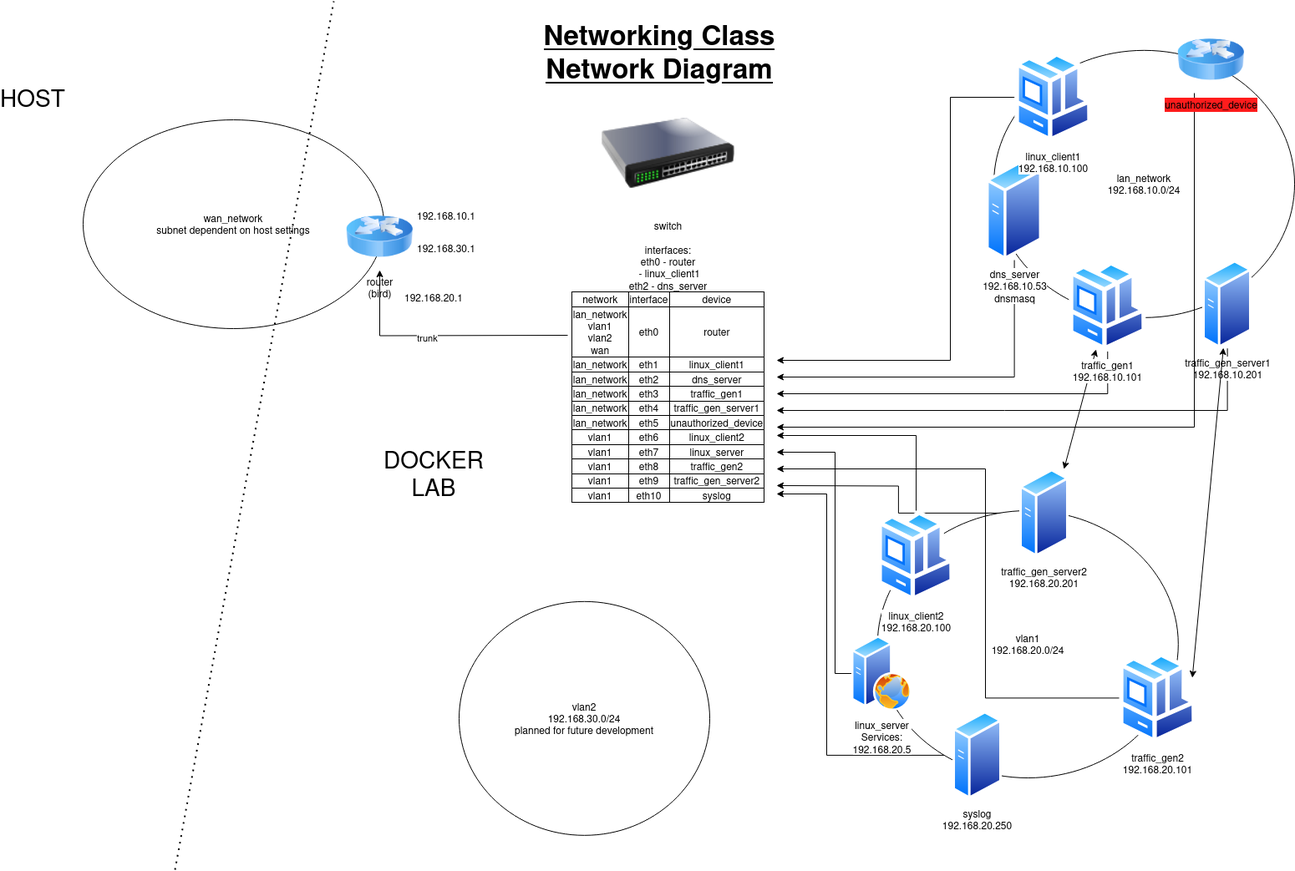
Earlier version of the draw.io export Networking Class January Drill/NetworkingLab.drawio.png (butgreg/Exercises). Source tidied: cells renumbered, new cells last; positions are measured from the earlier drawing's top-left corner, leaving out a move shared by most shapes.
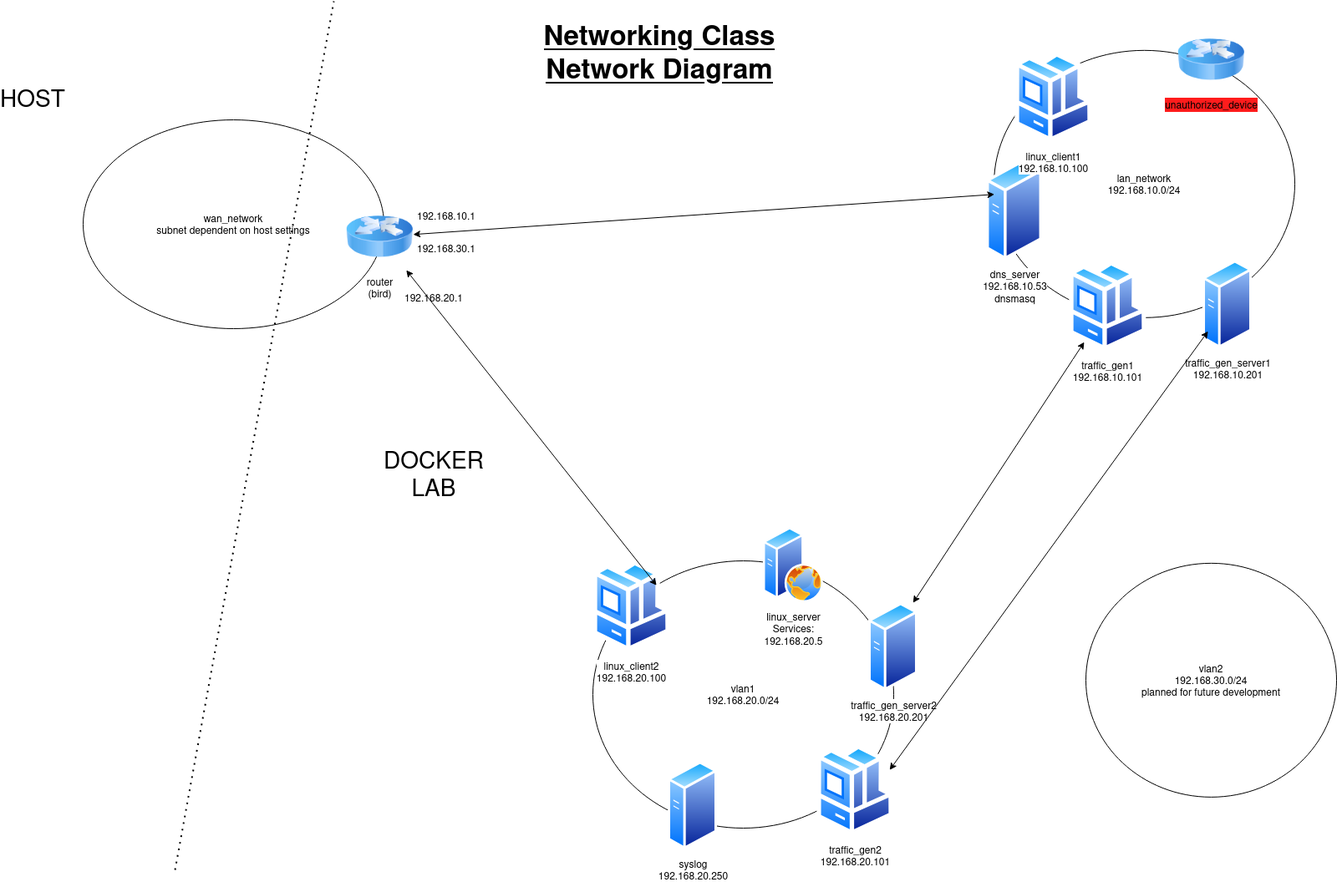
After the commit.

The edit, as a diff of the source:
```diff
@@ -2,6 +2,9 @@
   <root>
     <mxCell id="0" />
     <mxCell id="1" parent="0" />
+    <mxCell id="33" value="vlan1&lt;div&gt;192.168.20.0/24&lt;/div&gt;" style="ellipse;whiteSpace=wrap;html=1;" parent="1" vertex="1">
+      <mxGeometry x="700" y="670" width="360" height="320" as="geometry" />
+    </mxCell>
     <mxCell id="2" value="wan_network&lt;br&gt;subnet dependent on host settings" style="ellipse;whiteSpace=wrap;html=1;" parent="1" vertex="1">
       <mxGeometry x="90" y="142" width="360" height="250" as="geometry" />
     </mxCell>
@@ -12,7 +15,7 @@
       </mxGeometry>
     </mxCell>
     <mxCell id="4" value="vlan2&lt;div&gt;192.168.30.0/24&lt;br&gt;planned for future development&lt;/div&gt;" style="ellipse;whiteSpace=wrap;html=1;" parent="1" vertex="1">
-      <mxGeometry x="540" y="718.8" width="300" height="280" as="geometry" />
+      <mxGeometry x="1290" y="672.9" width="300" height="280" as="geometry" />
     </mxCell>
     <mxCell id="5" value="router&lt;div&gt;(bird)&lt;/div&gt;" style="image;html=1;image=img/lib/clip_art/networking/Router_Icon_128x128.png;" parent="1" vertex="1">
       <mxGeometry x="405" y="242" width="80" height="80" as="geometry" />
@@ -35,143 +38,50 @@
     <mxCell id="11" value="192.168.30.1" style="text;html=1;align=center;verticalAlign=middle;whiteSpace=wrap;rounded=0;" parent="1" vertex="1">
       <mxGeometry x="495" y="280.6" width="60" height="30" as="geometry" />
     </mxCell>
-    <mxCell id="12" style="endArrow=classic;startArrow=classic;html=1;rounded=0;exitX=0.899;exitY=0.002;exitDx=0;exitDy=0;exitPerimeter=0;" parent="1" edge="1" source="38" target="19">
-      <mxGeometry relative="1" as="geometry" />
-    </mxCell>
-    <mxCell id="13" value="lan_network&lt;div&gt;192.168.10.0/24&lt;/div&gt;" style="ellipse;whiteSpace=wrap;html=1;" parent="1" vertex="1">
-      <mxGeometry x="1180" y="58.8" width="360" height="320" as="geometry" />
-    </mxCell>
-    <mxCell id="14" style="edgeStyle=orthogonalEdgeStyle;rounded=0;jettySize=auto;html=1;" parent="1" edge="1" source="15">
-      <mxGeometry relative="1" as="geometry">
-        <mxPoint x="920" y="450" as="targetPoint" />
-        <Array as="points">
-          <mxPoint x="1205" y="450" />
-        </Array>
-      </mxGeometry>
-    </mxCell>
-    <mxCell id="15" value="dns_server&lt;div&gt;192.168.10.53&lt;/div&gt;&lt;div&gt;dnsmasq&lt;/div&gt;" style="image;perimeter=ellipsePerimeter;html=1;align=center;shadow=0;dashed=0;spacingTop=3;image=img/lib/active_directory/generic_server.svg;" parent="1" vertex="1">
-      <mxGeometry x="1171" y="190" width="67.2" height="120" as="geometry" />
-    </mxCell>
-    <mxCell id="16" style="edgeStyle=orthogonalEdgeStyle;rounded=0;jettySize=auto;html=1;" parent="1" edge="1" source="17">
-      <mxGeometry relative="1" as="geometry">
-        <mxPoint x="920" y="430" as="targetPoint" />
-        <Array as="points">
-          <mxPoint x="1128" y="115" />
-          <mxPoint x="1128" y="430" />
-        </Array>
-      </mxGeometry>
-    </mxCell>
-    <mxCell id="17" value="linux_client1&lt;div&gt;192.168.10.100&lt;/div&gt;" style="image;perimeter=ellipsePerimeter;html=1;align=center;shadow=0;dashed=0;spacingTop=3;image=img/lib/active_directory/workstation_client.svg;" parent="1" vertex="1">
-      <mxGeometry x="1205" y="60.6" width="92.5" height="108.8" as="geometry" />
-    </mxCell>
-    <mxCell id="18" style="edgeStyle=orthogonalEdgeStyle;rounded=0;jettySize=auto;html=1;" parent="1" edge="1" source="19">
-      <mxGeometry relative="1" as="geometry">
-        <mxPoint x="920" y="470" as="targetPoint" />
-        <Array as="points">
-          <mxPoint x="1316" y="470" />
-        </Array>
-      </mxGeometry>
-    </mxCell>
-    <mxCell id="19" value="traffic_gen1&lt;div&gt;192.168.10.101&lt;/div&gt;" style="image;perimeter=ellipsePerimeter;html=1;align=center;shadow=0;dashed=0;spacingTop=3;image=img/lib/active_directory/workstation_client.svg;" parent="1" vertex="1">
-      <mxGeometry x="1270" y="310.6" width="92.5" height="108.8" as="geometry" />
-    </mxCell>
-    <mxCell id="20" style="edgeStyle=orthogonalEdgeStyle;rounded=0;jettySize=auto;html=1;" parent="1" edge="1" source="21">
-      <mxGeometry relative="1" as="geometry">
-        <mxPoint x="920" y="490" as="targetPoint" />
-        <Array as="points">
-          <mxPoint x="1460" y="490" />
-        </Array>
-      </mxGeometry>
-    </mxCell>
-    <mxCell id="21" value="traffic_gen_server1&lt;div&gt;192.168.10.201&lt;/div&gt;" style="image;perimeter=ellipsePerimeter;html=1;align=center;shadow=0;dashed=0;spacingTop=3;image=img/lib/active_directory/generic_server.svg;" parent="1" vertex="1">
-      <mxGeometry x="1430" y="310" width="59.2" height="105.7" as="geometry" />
-    </mxCell>
-    <mxCell id="22" style="edgeStyle=orthogonalEdgeStyle;rounded=0;jettySize=auto;html=1;" parent="1" edge="1" source="23">
-      <mxGeometry relative="1" as="geometry">
-        <mxPoint x="920" y="510" as="targetPoint" />
-        <Array as="points">
-          <mxPoint x="1420" y="510" />
-        </Array>
-      </mxGeometry>
-    </mxCell>
-    <mxCell id="23" value="&lt;span style=&quot;background-color: rgb(255, 28, 28);&quot;&gt;unauthorized_device&lt;/span&gt;" style="image;html=1;image=img/lib/clip_art/networking/Router_Icon_128x128.png;" parent="1" vertex="1">
-      <mxGeometry x="1400" y="30" width="80" height="80" as="geometry" />
-    </mxCell>
-    <mxCell id="24" style="endArrow=classic;startArrow=classic;html=1;rounded=0;exitX=1;exitY=0.25;exitDx=0;exitDy=0;" parent="1" edge="1" source="36" target="21">
-      <mxGeometry relative="1" as="geometry" />
-    </mxCell>
-    <mxCell id="25" style="edgeStyle=orthogonalEdgeStyle;rounded=0;jettySize=auto;html=1;" parent="1" edge="1" target="5">
-      <mxGeometry relative="1" as="geometry">
-        <mxPoint x="670" y="400" as="sourcePoint" />
-      </mxGeometry>
-    </mxCell>
-    <mxCell id="26" value="trunk" style="edgeLabel;html=1;align=center;verticalAlign=middle;" parent="25" vertex="1">
-      <mxGeometry x="0.12" y="2" relative="1" as="geometry" />
-    </mxCell>
-    <mxCell id="27" value="&lt;div&gt;switch&lt;/div&gt;&lt;div&gt;&lt;br&gt;&lt;/div&gt;&lt;div&gt;interfaces:&lt;/div&gt;&lt;div&gt;eth0 - router&lt;/div&gt;&lt;div&gt;&amp;nbsp;- linux_client1&lt;/div&gt;&lt;div&gt;eth2 - dns_server&lt;/div&gt;&lt;div&gt;&lt;table style=&quot;border: 1px solid rgb(0, 0, 0); border-collapse: collapse;&quot; border=&quot;1&quot;&gt;&lt;tbody&gt;&lt;tr&gt;&lt;td&gt;network&lt;br&gt;&lt;/td&gt;&lt;td&gt;interface&lt;br&gt;&lt;/td&gt;&lt;td&gt;device&lt;br&gt;&lt;/td&gt;&lt;/tr&gt;&lt;tr&gt;&lt;td&gt;lan_network&lt;br&gt;vlan1&lt;br&gt;vlan2&lt;br&gt;wan&lt;br&gt;&lt;/td&gt;&lt;td&gt;eth0&lt;/td&gt;&lt;td&gt;router&lt;br&gt;&lt;/td&gt;&lt;/tr&gt;&lt;tr&gt;&lt;td&gt;lan_network&lt;br&gt;&lt;/td&gt;&lt;td&gt;eth1&lt;br&gt;&lt;/td&gt;&lt;td&gt;linux_client1&lt;br&gt;&lt;/td&gt;&lt;/tr&gt;&lt;tr&gt;&lt;td&gt;lan_network&lt;br&gt;&lt;/td&gt;&lt;td&gt;eth2&lt;br&gt;&lt;/td&gt;&lt;td&gt;dns_server&lt;br&gt;&lt;/td&gt;&lt;/tr&gt;&lt;tr&gt;&lt;td&gt;lan_network&lt;/td&gt;&lt;td&gt;eth3&lt;br&gt;&lt;/td&gt;&lt;td&gt;traffic_gen1&lt;/td&gt;&lt;/tr&gt;&lt;tr&gt;&lt;td&gt;lan_network&lt;/td&gt;&lt;td&gt;eth4&lt;/td&gt;&lt;td&gt;traffic_gen_server1&lt;br&gt;&lt;/td&gt;&lt;/tr&gt;&lt;tr&gt;&lt;td&gt;lan_network&lt;/td&gt;&lt;td&gt;eth5&lt;/td&gt;&lt;td&gt;unauthorized_device&lt;br&gt;&lt;/td&gt;&lt;/tr&gt;&lt;tr&gt;&lt;td&gt;vlan1&lt;br&gt;&lt;/td&gt;&lt;td&gt;eth6&lt;/td&gt;&lt;td&gt;linux_client2&lt;br&gt;&lt;/td&gt;&lt;/tr&gt;&lt;tr&gt;&lt;td&gt;vlan1&lt;/td&gt;&lt;td&gt;eth7&lt;/td&gt;&lt;td&gt;linux_server&lt;br&gt;&lt;/td&gt;&lt;/tr&gt;&lt;tr&gt;&lt;td&gt;vlan1&lt;/td&gt;&lt;td&gt;eth8&lt;/td&gt;&lt;td&gt;traffic_gen2&lt;br&gt;&lt;/td&gt;&lt;/tr&gt;&lt;tr&gt;&lt;td&gt;vlan1&lt;/td&gt;&lt;td&gt;eth9&lt;/td&gt;&lt;td&gt;traffic_gen_server2&lt;br&gt;&lt;/td&gt;&lt;/tr&gt;&lt;tr&gt;&lt;td&gt;vlan1&lt;/td&gt;&lt;td&gt;eth10&lt;/td&gt;&lt;td&gt;syslog&lt;br&gt;&lt;/td&gt;&lt;/tr&gt;&lt;/tbody&gt;&lt;/table&gt;&lt;br&gt;&lt;/div&gt;" style="image;html=1;image=img/lib/clip_art/networking/Switch_128x128.png;" parent="1" vertex="1">
-      <mxGeometry x="710" y="110" width="160" height="145" as="geometry" />
-    </mxCell>
-    <mxCell id="28" style="edgeStyle=orthogonalEdgeStyle;rounded=0;jettySize=auto;html=1;" parent="1" edge="1" source="34">
-      <mxGeometry relative="1" as="geometry">
-        <mxPoint x="920" y="540" as="targetPoint" />
-        <Array as="points">
-          <mxPoint x="990" y="805" />
-          <mxPoint x="990" y="540" />
-        </Array>
-      </mxGeometry>
-    </mxCell>
-    <mxCell id="29" style="edgeStyle=orthogonalEdgeStyle;rounded=0;jettySize=auto;html=1;" parent="1" edge="1" source="35">
-      <mxGeometry relative="1" as="geometry">
-        <mxPoint x="920" y="520" as="targetPoint" />
-        <Array as="points">
-          <mxPoint x="1087" y="520" />
-          <mxPoint x="930" y="520" />
-        </Array>
-      </mxGeometry>
-    </mxCell>
-    <mxCell id="30" style="edgeStyle=orthogonalEdgeStyle;rounded=0;jettySize=auto;html=1;" parent="1" edge="1" source="37">
-      <mxGeometry relative="1" as="geometry">
-        <mxPoint x="920" y="590" as="targetPoint" />
-        <Array as="points">
-          <mxPoint x="980" y="903" />
-          <mxPoint x="980" y="590" />
-        </Array>
-      </mxGeometry>
-    </mxCell>
-    <mxCell id="31" style="edgeStyle=orthogonalEdgeStyle;rounded=0;jettySize=auto;html=1;" parent="1" edge="1" source="38">
-      <mxGeometry relative="1" as="geometry">
-        <mxPoint x="920" y="580" as="targetPoint" />
-      </mxGeometry>
-    </mxCell>
-    <mxCell id="32" style="group;" parent="1" vertex="1">
-      <mxGeometry x="1010" y="560" width="412.5" height="395.7" as="geometry" />
-    </mxCell>
-    <mxCell id="33" value="vlan1&lt;div&gt;192.168.20.0/24&lt;/div&gt;" style="ellipse;whiteSpace=wrap;html=1;" parent="32" vertex="1">
-      <mxGeometry x="30.8" y="50" width="360" height="320" as="geometry" />
-    </mxCell>
-    <mxCell id="34" value="linux_server&lt;div&gt;Services:&lt;br&gt;192.168.20.5&lt;/div&gt;" style="image;perimeter=ellipsePerimeter;html=1;align=center;shadow=0;dashed=0;spacingTop=3;image=img/lib/active_directory/web_server.svg;" parent="32" vertex="1">
-      <mxGeometry y="200" width="72" height="90" as="geometry" />
+    <mxCell id="34" value="linux_server&lt;div&gt;Services:&lt;br&gt;192.168.20.5&lt;/div&gt;" style="image;perimeter=ellipsePerimeter;html=1;align=center;shadow=0;dashed=0;spacingTop=3;image=img/lib/active_directory/web_server.svg;" parent="1" vertex="1">
+      <mxGeometry x="904" y="630" width="72" height="90" as="geometry" />
     </mxCell>
-    <mxCell id="35" value="linux_client2&lt;div&gt;192.168.20.100&lt;/div&gt;" style="image;perimeter=ellipsePerimeter;html=1;align=center;shadow=0;dashed=0;spacingTop=3;image=img/lib/active_directory/workstation_client.svg;" parent="32" vertex="1">
-      <mxGeometry x="30.8" y="50" width="92.5" height="108.8" as="geometry" />
+    <mxCell id="35" value="linux_client2&lt;div&gt;192.168.20.100&lt;/div&gt;" style="image;perimeter=ellipsePerimeter;html=1;align=center;shadow=0;dashed=0;spacingTop=3;image=img/lib/active_directory/workstation_client.svg;" parent="1" vertex="1">
+      <mxGeometry x="700" y="670" width="92.5" height="108.8" as="geometry" />
     </mxCell>
-    <mxCell id="36" value="traffic_gen2&lt;div&gt;192.168.20.101&lt;/div&gt;" style="image;perimeter=ellipsePerimeter;html=1;align=center;shadow=0;dashed=0;spacingTop=3;image=img/lib/active_directory/workstation_client.svg;" parent="32" vertex="1">
-      <mxGeometry x="320" y="220" width="92.5" height="108.8" as="geometry" />
+    <mxCell id="36" value="traffic_gen2&lt;div&gt;192.168.20.101&lt;/div&gt;" style="image;perimeter=ellipsePerimeter;html=1;align=center;shadow=0;dashed=0;spacingTop=3;image=img/lib/active_directory/workstation_client.svg;" parent="1" vertex="1">
+      <mxGeometry x="967.5" y="890" width="92.5" height="108.8" as="geometry" />
     </mxCell>
-    <mxCell id="37" value="syslog&lt;br&gt;&lt;div&gt;192.168.20.250&lt;/div&gt;" style="image;perimeter=ellipsePerimeter;html=1;align=center;shadow=0;dashed=0;spacingTop=3;image=img/lib/active_directory/generic_server.svg;" parent="32" vertex="1">
-      <mxGeometry x="120.8" y="290" width="59.2" height="105.7" as="geometry" />
+    <mxCell id="37" value="syslog&lt;br&gt;&lt;div&gt;192.168.20.250&lt;/div&gt;" style="image;perimeter=ellipsePerimeter;html=1;align=center;shadow=0;dashed=0;spacingTop=3;image=img/lib/active_directory/generic_server.svg;" parent="1" vertex="1">
+      <mxGeometry x="790" y="910" width="59.2" height="105.7" as="geometry" />
     </mxCell>
-    <mxCell id="38" value="traffic_gen_server2&lt;div&gt;192.168.20.201&lt;/div&gt;" style="image;perimeter=ellipsePerimeter;html=1;align=center;shadow=0;dashed=0;spacingTop=3;image=img/lib/active_directory/generic_server.svg;" parent="32" vertex="1">
-      <mxGeometry x="200.8" width="59.2" height="105.7" as="geometry" />
+    <mxCell id="38" value="traffic_gen_server2&lt;div&gt;192.168.20.201&lt;/div&gt;" style="image;perimeter=ellipsePerimeter;html=1;align=center;shadow=0;dashed=0;spacingTop=3;image=img/lib/active_directory/generic_server.svg;" parent="1" vertex="1">
+      <mxGeometry x="1030" y="720" width="59.2" height="105.7" as="geometry" />
     </mxCell>
-    <mxCell id="39" style="edgeStyle=orthogonalEdgeStyle;rounded=0;jettySize=auto;html=1;" parent="1" edge="1" source="36">
-      <mxGeometry relative="1" as="geometry">
-        <mxPoint x="920" y="560" as="targetPoint" />
-        <Array as="points">
-          <mxPoint x="1170" y="834" />
-          <mxPoint x="1170" y="560" />
-        </Array>
-      </mxGeometry>
-    </mxCell>
+    <mxCell id="12" style="endArrow=classic;startArrow=classic;html=1;rounded=0;exitX=0.899;exitY=0.002;exitDx=0;exitDy=0;exitPerimeter=0;" parent="1" edge="1" source="38" target="19">
+      <mxGeometry relative="1" as="geometry" />
+    </mxCell>
+    <mxCell id="13" value="lan_network&lt;div&gt;192.168.10.0/24&lt;/div&gt;" style="ellipse;whiteSpace=wrap;html=1;" parent="1" vertex="1">
+      <mxGeometry x="1180" y="58.8" width="360" height="320" as="geometry" />
+    </mxCell>
+    <mxCell id="15" value="dns_server&lt;div&gt;192.168.10.53&lt;/div&gt;&lt;div&gt;dnsmasq&lt;/div&gt;" style="image;perimeter=ellipsePerimeter;html=1;align=center;shadow=0;dashed=0;spacingTop=3;image=img/lib/active_directory/generic_server.svg;" parent="1" vertex="1">
+      <mxGeometry x="1171" y="190" width="67.2" height="120" as="geometry" />
+    </mxCell>
+    <mxCell id="17" value="linux_client1&lt;div&gt;192.168.10.100&lt;/div&gt;" style="image;perimeter=ellipsePerimeter;html=1;align=center;shadow=0;dashed=0;spacingTop=3;image=img/lib/active_directory/workstation_client.svg;" parent="1" vertex="1">
+      <mxGeometry x="1205" y="60.6" width="92.5" height="108.8" as="geometry" />
+    </mxCell>
+    <mxCell id="19" value="traffic_gen1&lt;div&gt;192.168.10.101&lt;/div&gt;" style="image;perimeter=ellipsePerimeter;html=1;align=center;shadow=0;dashed=0;spacingTop=3;image=img/lib/active_directory/workstation_client.svg;" parent="1" vertex="1">
+      <mxGeometry x="1270" y="310.6" width="92.5" height="108.8" as="geometry" />
+    </mxCell>
+    <mxCell id="21" value="traffic_gen_server1&lt;div&gt;192.168.10.201&lt;/div&gt;" style="image;perimeter=ellipsePerimeter;html=1;align=center;shadow=0;dashed=0;spacingTop=3;image=img/lib/active_directory/generic_server.svg;" parent="1" vertex="1">
+      <mxGeometry x="1430" y="310" width="59.2" height="105.7" as="geometry" />
+    </mxCell>
+    <mxCell id="23" value="&lt;span style=&quot;background-color: rgb(255, 28, 28);&quot;&gt;unauthorized_device&lt;/span&gt;" style="image;html=1;image=img/lib/clip_art/networking/Router_Icon_128x128.png;" parent="1" vertex="1">
+      <mxGeometry x="1400" y="30" width="80" height="80" as="geometry" />
+    </mxCell>
+    <mxCell id="24" style="endArrow=classic;startArrow=classic;html=1;rounded=0;exitX=1;exitY=0.25;exitDx=0;exitDy=0;" parent="1" edge="1" source="36" target="21">
+      <mxGeometry relative="1" as="geometry" />
+    </mxCell>
+    <mxCell id="40" style="endArrow=classic;startArrow=classic;html=1;rounded=0;" parent="1" edge="1" source="33" target="5">
+      <mxGeometry relative="1" as="geometry" />
+    </mxCell>
+    <mxCell id="41" style="endArrow=classic;startArrow=classic;html=1;rounded=0;" parent="1" edge="1" source="5" target="13">
+      <mxGeometry relative="1" as="geometry" />
+    </mxCell>
   </root>
 </mxGraphModel>
```
